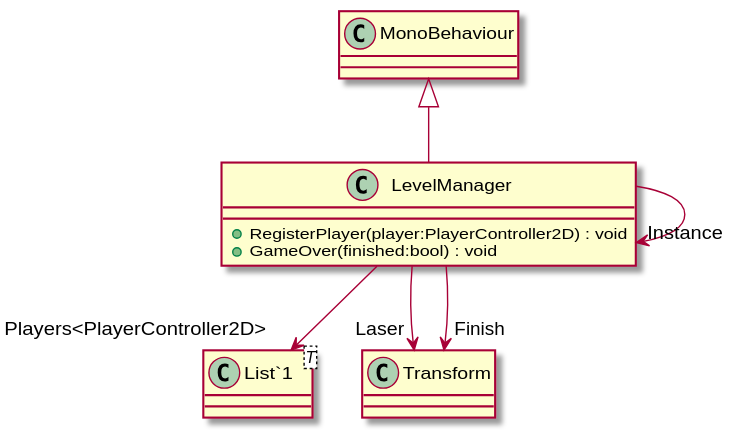
Before: UML/Level/LevelManager.svg, a diagram exported from PlantUML (David-Denny/COMP3013-Team7).
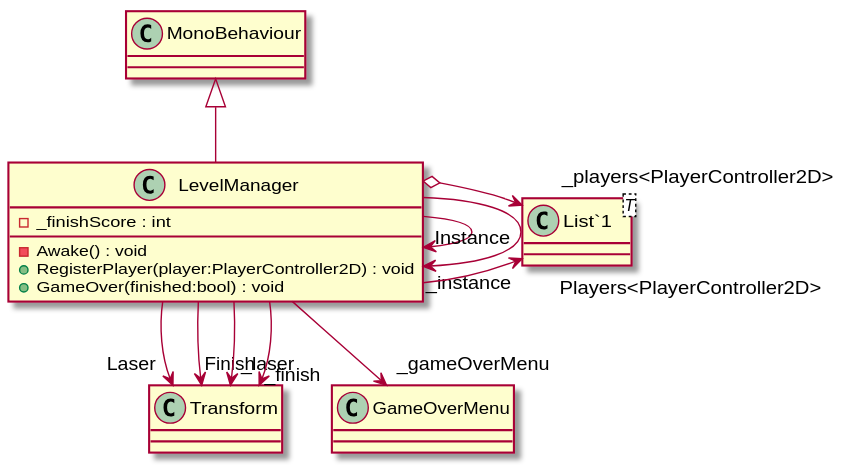
After the commit.

Change to the diagram source:
```diff
@@ -1,5 +1,7 @@
 @startuml
 class LevelManager {
+    - _finishScore : int
+    - Awake() : void
     + RegisterPlayer(player:PlayerController2D) : void
     + GameOver(finished:bool) : void
 }
@@ -7,7 +9,12 @@
 }
 MonoBehaviour <|-- LevelManager
 LevelManager --> "Instance" LevelManager
+LevelManager --> "_instance" LevelManager
 LevelManager --> "Players<PlayerController2D>" "List`1"
 LevelManager --> "Laser" Transform
 LevelManager --> "Finish" Transform
+LevelManager --> "_laser" Transform
+LevelManager --> "_finish" Transform
+LevelManager --> "_gameOverMenu" GameOverMenu
+LevelManager o-> "_players<PlayerController2D>" "List`1"
 @enduml
```
